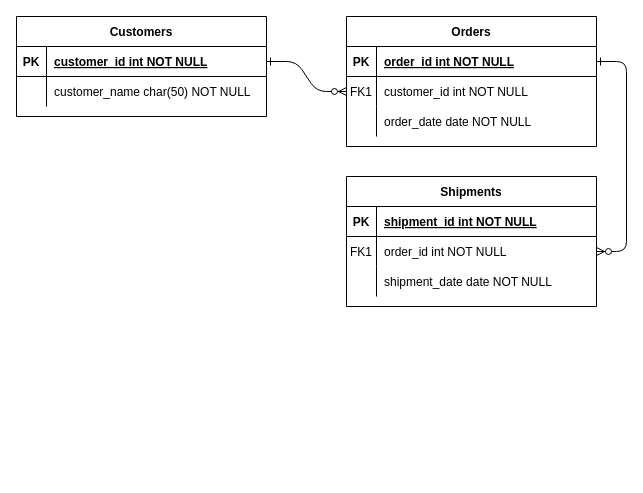
Earlier version of the draw.io diagram final_pjt.drawio (BangSungjoon/SmartJourney). Source tidied: cells renumbered, new cells numbered last; positions are measured from the earlier drawing's top-left corner, leaving out a move shared by most shapes. Both pictures are drawn from the tidied source at 100%, with x=0, y=0 at pixel (16, 16).
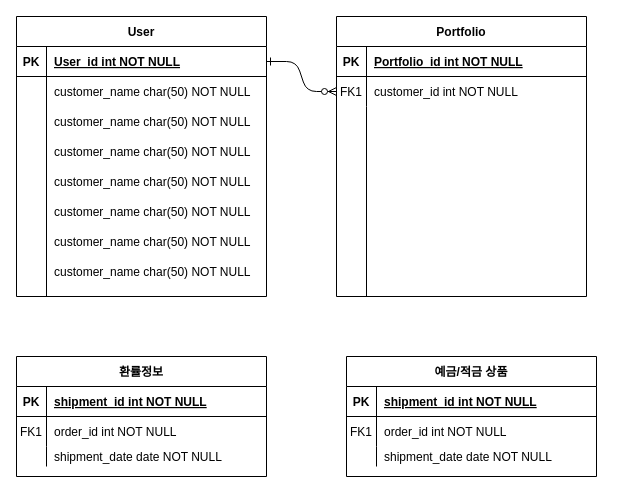
The same diagram, later.

Unchanged cells that the change refers to:
```xml
<mxCell id="5" style="shape=partialRectangle;fillColor=none;points=[[0,0.5],[1,0.5]];portConstraint=eastwest;top=0;left=0;right=0;bottom=1;" parent="4" vertex="1">
  <mxGeometry y="30" width="250" height="30" as="geometry" />
</mxCell>
<mxCell id="18" style="shape=partialRectangle;fillColor=none;points=[[0,0.5],[1,0.5]];portConstraint=eastwest;top=0;left=0;right=0;bottom=0;" parent="14" vertex="1">
  <mxGeometry y="60" width="250" height="30" as="geometry" />
</mxCell>
```

What changed in the source:
```diff
@@
-    <mxCell id="3" style="edgeStyle=entityRelationEdgeStyle;endArrow=ERzeroToMany;startArrow=ERone;endFill=1;startFill=0;" parent="1" edge="1" source="5" target="18">
-      <mxGeometry relative="1" as="geometry" />
-    </mxCell>
-    <mxCell id="4" value="Orders" style="shape=table;startSize=30;childLayout=tableLayout;rowLines=0;fontStyle=1;align=center;" parent="1" vertex="1">
-      <mxGeometry x="330" width="250" height="130" as="geometry" />
+    <mxCell id="4" value="Portfolio" style="shape=table;startSize=30;childLayout=tableLayout;rowLines=0;fontStyle=1;align=center;" parent="1" vertex="1">
+      <mxGeometry x="320" width="250" height="280" as="geometry" />
     </mxCell>
@@
-    <mxCell id="7" value="order_id int NOT NULL " style="shape=partialRectangle;overflow=hidden;fillColor=none;top=0;left=0;bottom=0;right=0;align=left;spacingLeft=6;fontStyle=5;" parent="5" vertex="1">
+    <mxCell id="7" value="Portfolio_id int NOT NULL " style="shape=partialRectangle;overflow=hidden;fillColor=none;top=0;left=0;bottom=0;right=0;align=left;spacingLeft=6;fontStyle=5;" parent="5" vertex="1">
       <mxGeometry x="30" width="220" height="30" as="geometry" />
     </mxCell>
@@
     <mxCell id="11" style="shape=partialRectangle;fillColor=none;top=0;left=0;right=0;bottom=0;" parent="4" vertex="1">
-      <mxGeometry y="90" width="250" height="30" as="geometry" />
+      <mxGeometry y="90" width="250" height="190" as="geometry" />
     </mxCell>
     <mxCell id="12" style="shape=partialRectangle;overflow=hidden;fillColor=none;top=0;left=0;bottom=0;right=0;" parent="11" vertex="1">
-      <mxGeometry width="30" height="30" as="geometry" />
+      <mxGeometry width="30" height="190" as="geometry" />
     </mxCell>
-    <mxCell id="13" value="order_date date NOT NULL" style="shape=partialRectangle;overflow=hidden;fillColor=none;top=0;left=0;bottom=0;right=0;align=left;spacingLeft=6;" parent="11" vertex="1">
-      <mxGeometry x="30" width="220" height="30" as="geometry" />
+    <mxCell id="13" style="shape=partialRectangle;overflow=hidden;fillColor=none;top=0;left=0;bottom=0;right=0;align=left;spacingLeft=6;" parent="11" vertex="1">
+      <mxGeometry x="30" width="220" height="190" as="geometry" />
     </mxCell>
+    <mxCell id="24" value="User" style="shape=table;startSize=30;childLayout=tableLayout;rowLines=0;fontStyle=1;align=center;" parent="1" vertex="1">
+      <mxGeometry width="250" height="280" as="geometry" />
+    </mxCell>
+    <mxCell id="25" style="shape=partialRectangle;fillColor=none;points=[[0,0.5],[1,0.5]];portConstraint=eastwest;top=0;left=0;right=0;bottom=1;" parent="24" vertex="1">
+      <mxGeometry y="30" width="250" height="30" as="geometry" />
+    </mxCell>
+    <mxCell id="26" value="PK" style="shape=partialRectangle;overflow=hidden;fillColor=none;top=0;left=0;bottom=0;right=0;fontStyle=1;" parent="25" vertex="1">
+      <mxGeometry width="30" height="30" as="geometry" />
+    </mxCell>
+    <mxCell id="27" value="User_id int NOT NULL " style="shape=partialRectangle;overflow=hidden;fillColor=none;top=0;left=0;bottom=0;right=0;align=left;spacingLeft=6;fontStyle=5;" parent="25" vertex="1">
+      <mxGeometry x="30" width="220" height="30" as="geometry" />
+    </mxCell>
+    <mxCell id="28" style="shape=partialRectangle;fillColor=none;top=0;left=0;right=0;bottom=0;" parent="24" vertex="1">
+      <mxGeometry y="60" width="250" height="220" as="geometry" />
+    </mxCell>
+    <mxCell id="29" style="shape=partialRectangle;overflow=hidden;fillColor=none;top=0;left=0;bottom=0;right=0;" parent="28" vertex="1">
+      <mxGeometry width="30" height="220" as="geometry" />
+    </mxCell>
+    <mxCell id="30" style="shape=partialRectangle;overflow=hidden;fillColor=none;top=0;left=0;bottom=0;right=0;align=left;spacingLeft=6;" parent="28" vertex="1">
+      <mxGeometry x="30" width="220" height="220" as="geometry" />
+    </mxCell>
+    <mxCell id="31" value="customer_name char(50) NOT NULL" style="shape=partialRectangle;overflow=hidden;fillColor=none;top=0;left=0;bottom=0;right=0;align=left;spacingLeft=6;" parent="1" vertex="1">
+      <mxGeometry x="30" y="60" width="220" height="30" as="geometry" />
+    </mxCell>
+    <mxCell id="32" value="customer_name char(50) NOT NULL" style="shape=partialRectangle;overflow=hidden;fillColor=none;top=0;left=0;bottom=0;right=0;align=left;spacingLeft=6;" parent="1" vertex="1">
+      <mxGeometry x="30" y="90" width="220" height="30" as="geometry" />
+    </mxCell>
+    <mxCell id="33" value="customer_name char(50) NOT NULL" style="shape=partialRectangle;overflow=hidden;fillColor=none;top=0;left=0;bottom=0;right=0;align=left;spacingLeft=6;" parent="1" vertex="1">
+      <mxGeometry x="30" y="120" width="220" height="30" as="geometry" />
+    </mxCell>
+    <mxCell id="34" value="customer_name char(50) NOT NULL" style="shape=partialRectangle;overflow=hidden;fillColor=none;top=0;left=0;bottom=0;right=0;align=left;spacingLeft=6;" parent="1" vertex="1">
+      <mxGeometry x="30" y="150" width="220" height="30" as="geometry" />
+    </mxCell>
+    <mxCell id="35" value="customer_name char(50) NOT NULL" style="shape=partialRectangle;overflow=hidden;fillColor=none;top=0;left=0;bottom=0;right=0;align=left;spacingLeft=6;" parent="1" vertex="1">
+      <mxGeometry x="30" y="180" width="220" height="30" as="geometry" />
+    </mxCell>
+    <mxCell id="36" value="customer_name char(50) NOT NULL" style="shape=partialRectangle;overflow=hidden;fillColor=none;top=0;left=0;bottom=0;right=0;align=left;spacingLeft=6;" parent="1" vertex="1">
+      <mxGeometry x="30" y="210" width="220" height="30" as="geometry" />
+    </mxCell>
+    <mxCell id="37" value="customer_name char(50) NOT NULL" style="shape=partialRectangle;overflow=hidden;fillColor=none;top=0;left=0;bottom=0;right=0;align=left;spacingLeft=6;" parent="1" vertex="1">
+      <mxGeometry x="30" y="240" width="220" height="30" as="geometry" />
+    </mxCell>
-    <mxCell id="14" value="Shipments" style="shape=table;startSize=30;childLayout=tableLayout;rowLines=0;fontStyle=1;align=center;" parent="1" vertex="1">
-      <mxGeometry x="330" y="160" width="250" height="130" as="geometry" />
+    <mxCell id="14" value="예금/적금 상품" style="shape=table;startSize=30;childLayout=tableLayout;rowLines=0;fontStyle=1;align=center;" parent="1" vertex="1">
+      <mxGeometry x="330" y="340" width="250" height="120" as="geometry" />
     </mxCell>
@@
     <mxCell id="21" style="shape=partialRectangle;fillColor=none;top=0;left=0;right=0;bottom=0;" parent="14" vertex="1">
-      <mxGeometry y="90" width="250" height="30" as="geometry" />
+      <mxGeometry y="90" width="250" height="20" as="geometry" />
     </mxCell>
     <mxCell id="22" style="shape=partialRectangle;overflow=hidden;fillColor=none;top=0;left=0;bottom=0;right=0;" parent="21" vertex="1">
-      <mxGeometry width="30" height="30" as="geometry" />
+      <mxGeometry width="30" height="20" as="geometry" />
     </mxCell>
     <mxCell id="23" value="shipment_date date NOT NULL" style="shape=partialRectangle;overflow=hidden;fillColor=none;top=0;left=0;bottom=0;right=0;align=left;spacingLeft=6;" parent="21" vertex="1">
-      <mxGeometry x="30" width="220" height="30" as="geometry" />
+      <mxGeometry x="30" width="220" height="20" as="geometry" />
     </mxCell>
-    <mxCell id="24" value="Customers" style="shape=table;startSize=30;childLayout=tableLayout;rowLines=0;fontStyle=1;align=center;" parent="1" vertex="1">
-      <mxGeometry width="250" height="100" as="geometry" />
-    </mxCell>
-    <mxCell id="25" style="shape=partialRectangle;fillColor=none;points=[[0,0.5],[1,0.5]];portConstraint=eastwest;top=0;left=0;right=0;bottom=1;" parent="24" vertex="1">
-      <mxGeometry y="30" width="250" height="30" as="geometry" />
-    </mxCell>
-    <mxCell id="26" value="PK" style="shape=partialRectangle;overflow=hidden;fillColor=none;top=0;left=0;bottom=0;right=0;fontStyle=1;" parent="25" vertex="1">
-      <mxGeometry width="30" height="30" as="geometry" />
-    </mxCell>
-    <mxCell id="27" value="customer_id int NOT NULL " style="shape=partialRectangle;overflow=hidden;fillColor=none;top=0;left=0;bottom=0;right=0;align=left;spacingLeft=6;fontStyle=5;" parent="25" vertex="1">
-      <mxGeometry x="30" width="220" height="30" as="geometry" />
-    </mxCell>
-    <mxCell id="28" style="shape=partialRectangle;fillColor=none;top=0;left=0;right=0;bottom=0;" parent="24" vertex="1">
-      <mxGeometry y="60" width="250" height="30" as="geometry" />
-    </mxCell>
-    <mxCell id="29" style="shape=partialRectangle;overflow=hidden;fillColor=none;top=0;left=0;bottom=0;right=0;" parent="28" vertex="1">
-      <mxGeometry width="30" height="30" as="geometry" />
-    </mxCell>
-    <mxCell id="30" value="customer_name char(50) NOT NULL" style="shape=partialRectangle;overflow=hidden;fillColor=none;top=0;left=0;bottom=0;right=0;align=left;spacingLeft=6;" parent="28" vertex="1">
-      <mxGeometry x="30" width="220" height="30" as="geometry" />
-    </mxCell>
+    <mxCell id="38" value="환률정보" style="shape=table;startSize=30;childLayout=tableLayout;rowLines=0;fontStyle=1;align=center;" parent="1" vertex="1">
+      <mxGeometry y="340" width="250" height="120" as="geometry" />
+    </mxCell>
+    <mxCell id="39" style="shape=partialRectangle;fillColor=none;top=0;left=0;right=0;bottom=1;" parent="38" vertex="1">
+      <mxGeometry y="30" width="250" height="30" as="geometry" />
+    </mxCell>
+    <mxCell id="40" value="PK" style="shape=partialRectangle;overflow=hidden;fillColor=none;top=0;left=0;bottom=0;right=0;fontStyle=1;" parent="39" vertex="1">
+      <mxGeometry width="30" height="30" as="geometry" />
+    </mxCell>
+    <mxCell id="41" value="shipment_id int NOT NULL " style="shape=partialRectangle;overflow=hidden;fillColor=none;top=0;left=0;bottom=0;right=0;align=left;spacingLeft=6;fontStyle=5;" parent="39" vertex="1">
+      <mxGeometry x="30" width="220" height="30" as="geometry" />
+    </mxCell>
+    <mxCell id="42" style="shape=partialRectangle;fillColor=none;top=0;left=0;right=0;bottom=0;" parent="38" vertex="1">
+      <mxGeometry y="60" width="250" height="30" as="geometry" />
+    </mxCell>
+    <mxCell id="43" value="FK1" style="shape=partialRectangle;overflow=hidden;fillColor=none;top=0;left=0;bottom=0;right=0;" parent="42" vertex="1">
+      <mxGeometry width="30" height="30" as="geometry" />
+    </mxCell>
+    <mxCell id="44" value="order_id int NOT NULL" style="shape=partialRectangle;overflow=hidden;fillColor=none;top=0;left=0;bottom=0;right=0;align=left;spacingLeft=6;" parent="42" vertex="1">
+      <mxGeometry x="30" width="220" height="30" as="geometry" />
+    </mxCell>
+    <mxCell id="45" style="shape=partialRectangle;fillColor=none;top=0;left=0;right=0;bottom=0;" parent="38" vertex="1">
+      <mxGeometry y="90" width="250" height="20" as="geometry" />
+    </mxCell>
+    <mxCell id="46" style="shape=partialRectangle;overflow=hidden;fillColor=none;top=0;left=0;bottom=0;right=0;" parent="45" vertex="1">
+      <mxGeometry width="30" height="20" as="geometry" />
+    </mxCell>
+    <mxCell id="47" value="shipment_date date NOT NULL" style="shape=partialRectangle;overflow=hidden;fillColor=none;top=0;left=0;bottom=0;right=0;align=left;spacingLeft=6;" parent="45" vertex="1">
+      <mxGeometry x="30" width="220" height="20" as="geometry" />
+    </mxCell>
```
